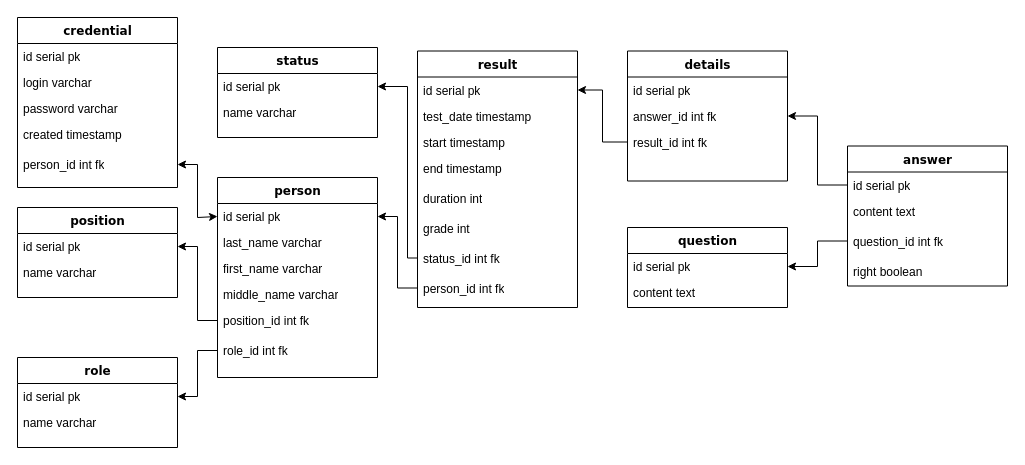
This is src/db_sheme.drawio from lapin-anton/granat_quiz, a draw.io file, before an edit. Source tidied: cells renumbered, new cells numbered last; positions are measured from the earlier drawing's top-left corner, leaving out a move shared by most shapes. Both pictures are drawn from the tidied source at 100%, with x=0, y=0 at pixel (17, 17).
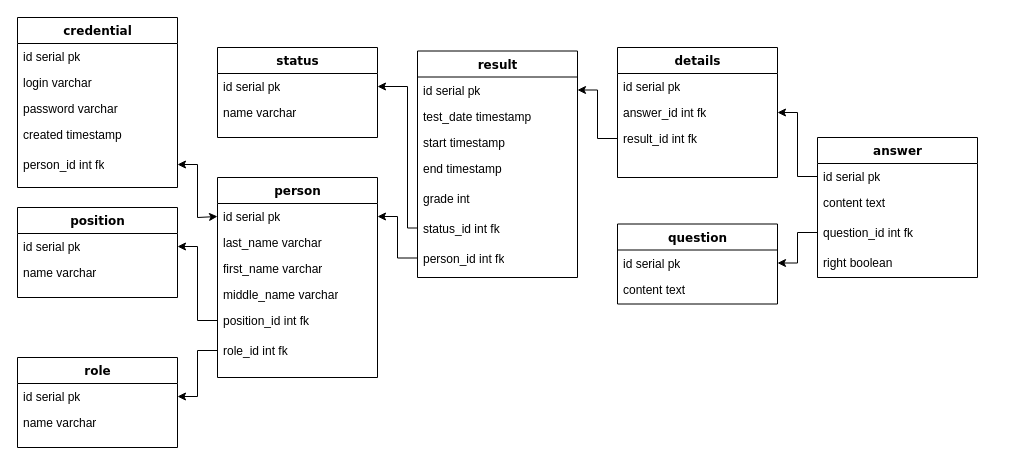
The same diagram, later.

Unchanged cells that the change refers to:
```xml
<mxCell id="3" value="id serial pk" style="text;html=1;strokeColor=none;fillColor=none;align=left;verticalAlign=top;spacingLeft=4;spacingRight=4;whiteSpace=wrap;overflow=hidden;points=[[0,0.5],[1,0.5]];portConstraint=eastwest;" parent="2" vertex="1">
  <mxGeometry y="26" width="160" height="26" as="geometry" />
</mxCell>
<mxCell id="30" value="id serial pk" style="text;html=1;strokeColor=none;fillColor=none;align=left;verticalAlign=top;spacingLeft=4;spacingRight=4;whiteSpace=wrap;overflow=hidden;points=[[0,0.5],[1,0.5]];portConstraint=eastwest;" parent="29" vertex="1">
  <mxGeometry y="26" width="160" height="26" as="geometry" />
</mxCell>
```

Diff of the diagram source:
```diff
@@
     <mxCell id="18" value="result" style="swimlane;html=1;fontStyle=1;align=center;verticalAlign=top;horizontal=1;startSize=26;swimlaneFillColor=#ffffff;rounded=0;shadow=0;comic=0;labelBackgroundColor=none;strokeWidth=1;fillColor=none;fontFamily=Verdana;fontSize=12;" parent="1" vertex="1">
-      <mxGeometry x="400" y="33.5" width="160" height="256.5" as="geometry" />
+      <mxGeometry x="400" y="33.5" width="160" height="226.5" as="geometry" />
     </mxCell>
@@
-    <mxCell id="23" value="duration int" style="text;html=1;strokeColor=none;fillColor=none;align=left;verticalAlign=top;spacingLeft=4;spacingRight=4;whiteSpace=wrap;overflow=hidden;" parent="1" vertex="1">
-      <mxGeometry x="400" y="167.5" width="160" height="26" as="geometry" />
-    </mxCell>
     <mxCell id="24" value="grade int" style="text;html=1;strokeColor=none;fillColor=none;align=left;verticalAlign=top;spacingLeft=4;spacingRight=4;whiteSpace=wrap;overflow=hidden;" parent="1" vertex="1">
-      <mxGeometry x="400" y="197.5" width="160" height="26" as="geometry" />
+      <mxGeometry x="400" y="167.5" width="160" height="26" as="geometry" />
     </mxCell>
     <mxCell id="25" style="edgeStyle=orthogonalEdgeStyle;rounded=0;jettySize=auto;html=1;exitX=0;exitY=0.5;exitDx=0;exitDy=0;entryX=1;entryY=0.5;entryDx=0;entryDy=0;" parent="1" edge="1" source="26" target="30">
       <mxGeometry relative="1" as="geometry">
         <Array as="points">
-          <mxPoint x="390" y="241" />
+          <mxPoint x="390" y="211" />
           <mxPoint x="390" y="69" />
         </Array>
       </mxGeometry>
     </mxCell>
     <mxCell id="26" value="status_id int fk" style="text;html=1;strokeColor=none;fillColor=none;align=left;verticalAlign=top;spacingLeft=4;spacingRight=4;whiteSpace=wrap;overflow=hidden;points=[[0,0.5],[1,0.5]];portConstraint=eastwest;" parent="1" vertex="1">
-      <mxGeometry x="400" y="227.5" width="160" height="26" as="geometry" />
+      <mxGeometry x="400" y="197.5" width="160" height="26" as="geometry" />
     </mxCell>
     <mxCell id="27" style="edgeStyle=orthogonalEdgeStyle;rounded=0;jettySize=auto;html=1;exitX=0;exitY=0.5;exitDx=0;exitDy=0;entryX=1;entryY=0.5;entryDx=0;entryDy=0;" parent="1" edge="1" source="28" target="3">
-      <mxGeometry relative="1" as="geometry">
-        <Array as="points">
-          <mxPoint x="380" y="271" />
-          <mxPoint x="380" y="199" />
-        </Array>
-      </mxGeometry>
+      <mxGeometry relative="1" as="geometry" />
     </mxCell>
     <mxCell id="28" value="person_id int fk" style="text;html=1;strokeColor=none;fillColor=none;align=left;verticalAlign=top;spacingLeft=4;spacingRight=4;whiteSpace=wrap;overflow=hidden;points=[[0,0.5],[1,0.5]];portConstraint=eastwest;" parent="1" vertex="1">
-      <mxGeometry x="400" y="257.5" width="160" height="26" as="geometry" />
+      <mxGeometry x="400" y="227.5" width="160" height="26" as="geometry" />
     </mxCell>
@@
     <mxCell id="32" value="details" style="swimlane;html=1;fontStyle=1;align=center;verticalAlign=top;horizontal=1;startSize=26;swimlaneFillColor=#ffffff;rounded=0;shadow=0;comic=0;labelBackgroundColor=none;strokeWidth=1;fillColor=none;fontFamily=Verdana;fontSize=12;" parent="1" vertex="1">
-      <mxGeometry x="610" y="33.5" width="160" height="130" as="geometry" />
+      <mxGeometry x="600" y="30" width="160" height="130" as="geometry" />
     </mxCell>
@@
     <mxCell id="36" value="question" style="swimlane;html=1;fontStyle=1;align=center;verticalAlign=top;horizontal=1;startSize=26;swimlaneFillColor=#ffffff;rounded=0;shadow=0;comic=0;labelBackgroundColor=none;strokeWidth=1;fillColor=none;fontFamily=Verdana;fontSize=12;" parent="1" vertex="1">
-      <mxGeometry x="610" y="210" width="160" height="80" as="geometry" />
+      <mxGeometry x="600" y="206.5" width="160" height="80" as="geometry" />
     </mxCell>
@@
     <mxCell id="39" value="answer" style="swimlane;html=1;fontStyle=1;align=center;verticalAlign=top;horizontal=1;startSize=26;swimlaneFillColor=#ffffff;rounded=0;shadow=0;comic=0;labelBackgroundColor=none;strokeWidth=1;fillColor=none;fontFamily=Verdana;fontSize=12;" parent="1" vertex="1">
-      <mxGeometry x="830" y="128.5" width="160" height="140" as="geometry" />
+      <mxGeometry x="800" y="120" width="160" height="140" as="geometry" />
     </mxCell>
@@
     <mxCell id="43" value="question_id int fk" style="text;html=1;strokeColor=none;fillColor=none;align=left;verticalAlign=top;spacingLeft=4;spacingRight=4;whiteSpace=wrap;overflow=hidden;points=[[0,0.5],[1,0.5]];portConstraint=eastwest;" parent="1" vertex="1">
-      <mxGeometry x="830" y="210.5" width="160" height="26" as="geometry" />
+      <mxGeometry x="800" y="202" width="160" height="26" as="geometry" />
     </mxCell>
     <mxCell id="44" value="right boolean" style="text;html=1;strokeColor=none;fillColor=none;align=left;verticalAlign=top;spacingLeft=4;spacingRight=4;whiteSpace=wrap;overflow=hidden;" parent="1" vertex="1">
-      <mxGeometry x="830" y="240.5" width="160" height="26" as="geometry" />
+      <mxGeometry x="800" y="232" width="160" height="26" as="geometry" />
     </mxCell>
```
